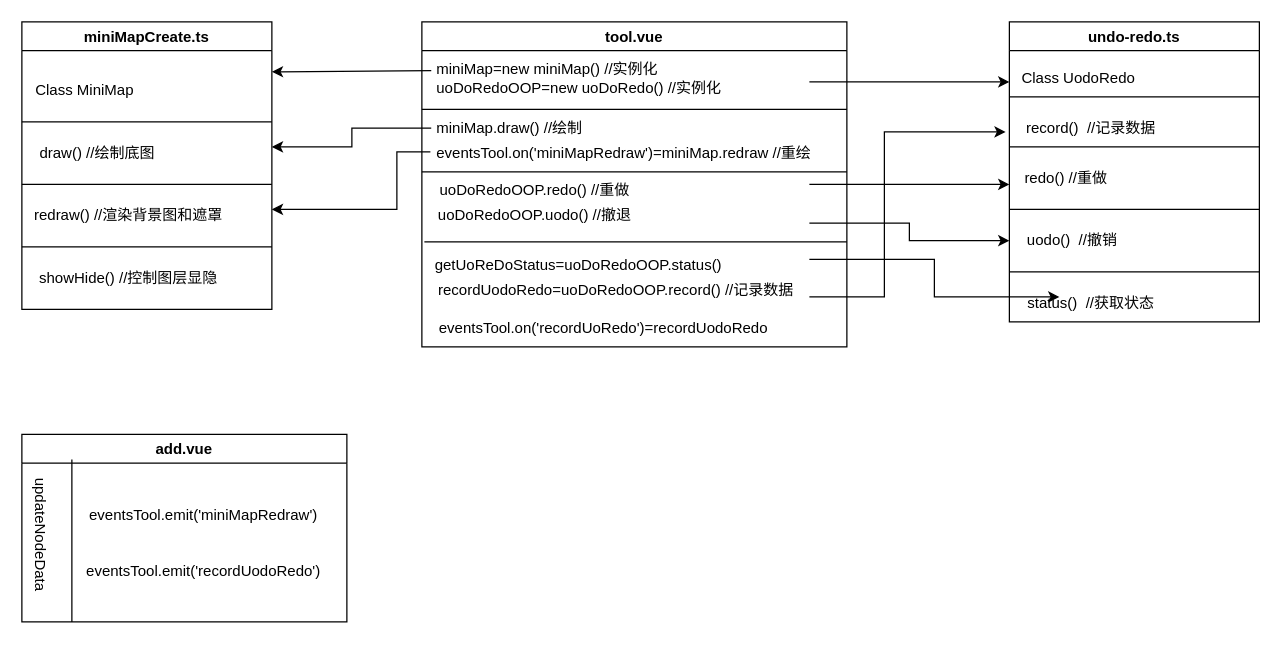
dlf9412/Vue3.0-Node keeps this draw.io diagram as Untitled Diagram.drawio. Above is the earlier version. Source tidied: cells renumbered, new cells numbered last; positions are measured from the earlier drawing's top-left corner, leaving out a move shared by most shapes. Both pictures are drawn from the tidied source at 125%, with x=0, y=0 at pixel (-29, 21).
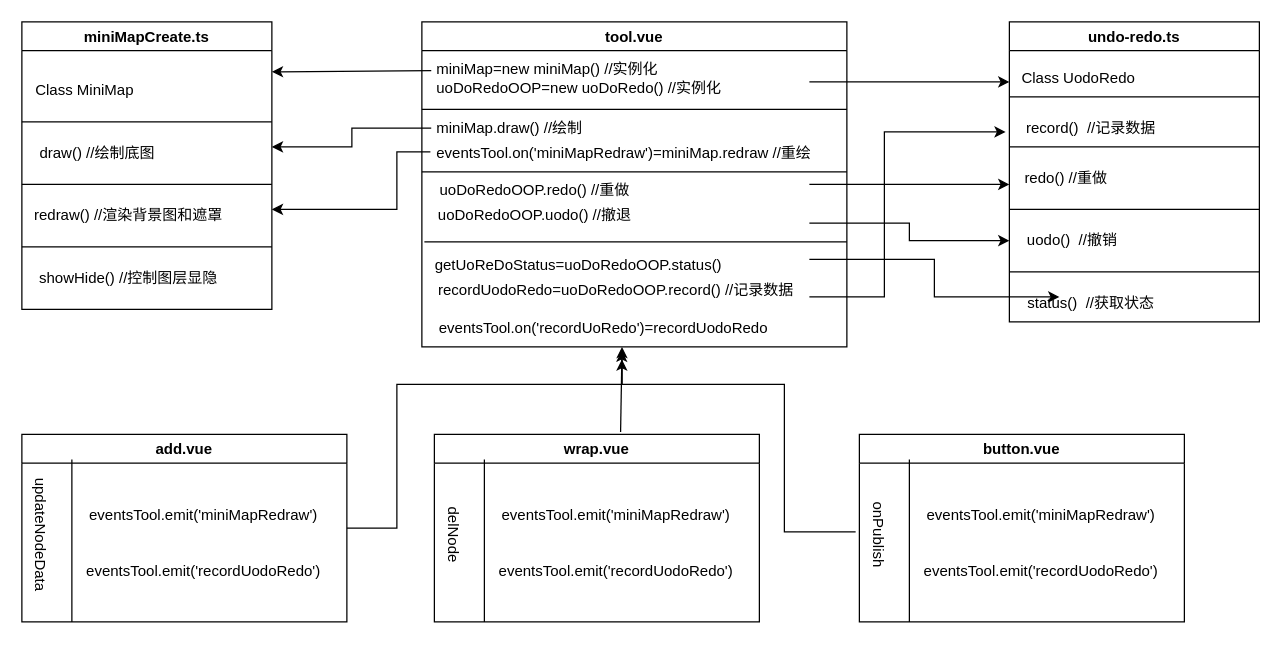
After the change.

Unchanged cells that the change refers to:
```xml
<mxCell id="12" value="eventsTool.on('recordUoRedo')=recordUodoRedo" style="text;html=1;align=center;verticalAlign=middle;points=[];strokeColor=none;fillColor=none;" parent="8" vertex="1">
  <mxGeometry y="230" width="290" height="30" as="geometry" />
</mxCell>
<mxCell id="40" value="add.vue" style="swimlane;" parent="1" vertex="1">
  <mxGeometry x="40" y="330" width="260" height="150" as="geometry" />
</mxCell>
```

What changed in the source:
```diff
@@
+    <mxCell id="45" value="wrap.vue" style="swimlane;" parent="1" vertex="1">
+      <mxGeometry x="370" y="330" width="260" height="150" as="geometry" />
+    </mxCell>
+    <mxCell id="46" value="eventsTool.emit('miniMapRedraw')" style="text;html=1;align=center;verticalAlign=middle;strokeColor=none;fillColor=none;" parent="45" vertex="1">
+      <mxGeometry x="40" y="50" width="210" height="30" as="geometry" />
+    </mxCell>
+    <mxCell id="47" value="eventsTool.emit('recordUodoRedo')" style="text;html=1;align=center;verticalAlign=middle;strokeColor=none;fillColor=none;" parent="45" vertex="1">
+      <mxGeometry x="40" y="95" width="210" height="30" as="geometry" />
+    </mxCell>
+    <mxCell id="48" value="delNode" style="text;html=1;align=center;verticalAlign=middle;strokeColor=none;fillColor=none;rotation=90;" parent="45" vertex="1">
+      <mxGeometry x="-20" y="65" width="70" height="30" as="geometry" />
+    </mxCell>
+    <mxCell id="49" style="endArrow=none;html=1;rounded=0;" parent="45" edge="1">
+      <mxGeometry relative="1" as="geometry">
+        <mxPoint x="40" y="150" as="sourcePoint" />
+        <mxPoint x="40" y="20" as="targetPoint" />
+      </mxGeometry>
+    </mxCell>
+    <mxCell id="50" value="button.vue" style="swimlane;" parent="1" vertex="1">
+      <mxGeometry x="710" y="330" width="260" height="150" as="geometry" />
+    </mxCell>
+    <mxCell id="51" value="eventsTool.emit('miniMapRedraw')" style="text;html=1;align=center;verticalAlign=middle;strokeColor=none;fillColor=none;" parent="50" vertex="1">
+      <mxGeometry x="40" y="50" width="210" height="30" as="geometry" />
+    </mxCell>
+    <mxCell id="52" value="eventsTool.emit('recordUodoRedo')" style="text;html=1;align=center;verticalAlign=middle;strokeColor=none;fillColor=none;" parent="50" vertex="1">
+      <mxGeometry x="40" y="95" width="210" height="30" as="geometry" />
+    </mxCell>
+    <mxCell id="53" value="onPublish" style="text;html=1;align=center;verticalAlign=middle;points=[];strokeColor=none;fillColor=none;rotation=90;" parent="50" vertex="1">
+      <mxGeometry x="-25" y="65" width="80" height="30" as="geometry" />
+    </mxCell>
+    <mxCell id="54" style="endArrow=none;html=1;rounded=0;" parent="50" edge="1">
+      <mxGeometry relative="1" as="geometry">
+        <mxPoint x="40" y="150" as="sourcePoint" />
+        <mxPoint x="40" y="20" as="targetPoint" />
+      </mxGeometry>
+    </mxCell>
+    <mxCell id="55" style="edgeStyle=segmentEdgeStyle;endArrow=classic;html=1;rounded=0;entryX=0.552;entryY=1;entryDx=0;entryDy=0;entryPerimeter=0;exitX=1;exitY=0.5;exitDx=0;exitDy=0;" parent="1" edge="1" source="40" target="12">
+      <mxGeometry relative="1" as="geometry">
+        <Array as="points">
+          <mxPoint x="340" y="405" />
+          <mxPoint x="340" y="290" />
+          <mxPoint x="520" y="290" />
+        </Array>
+      </mxGeometry>
+    </mxCell>
+    <mxCell id="56" style="endArrow=classic;html=1;rounded=0;exitX=0.573;exitY=-0.013;exitDx=0;exitDy=0;entryX=0.552;entryY=1.1;entryDx=0;entryDy=0;entryPerimeter=0;exitPerimeter=0;" parent="1" edge="1" source="45" target="12">
+      <mxGeometry relative="1" as="geometry" />
+    </mxCell>
+    <mxCell id="57" style="edgeStyle=segmentEdgeStyle;endArrow=classic;html=1;rounded=0;exitX=0.475;exitY=1.1;exitDx=0;exitDy=0;exitPerimeter=0;" parent="1" edge="1" source="53">
+      <mxGeometry relative="1" as="geometry">
+        <mxPoint x="520" y="270" as="targetPoint" />
+        <Array as="points">
+          <mxPoint x="650" y="408" />
+          <mxPoint x="650" y="290" />
+          <mxPoint x="520" y="290" />
+        </Array>
+      </mxGeometry>
+    </mxCell>
```
